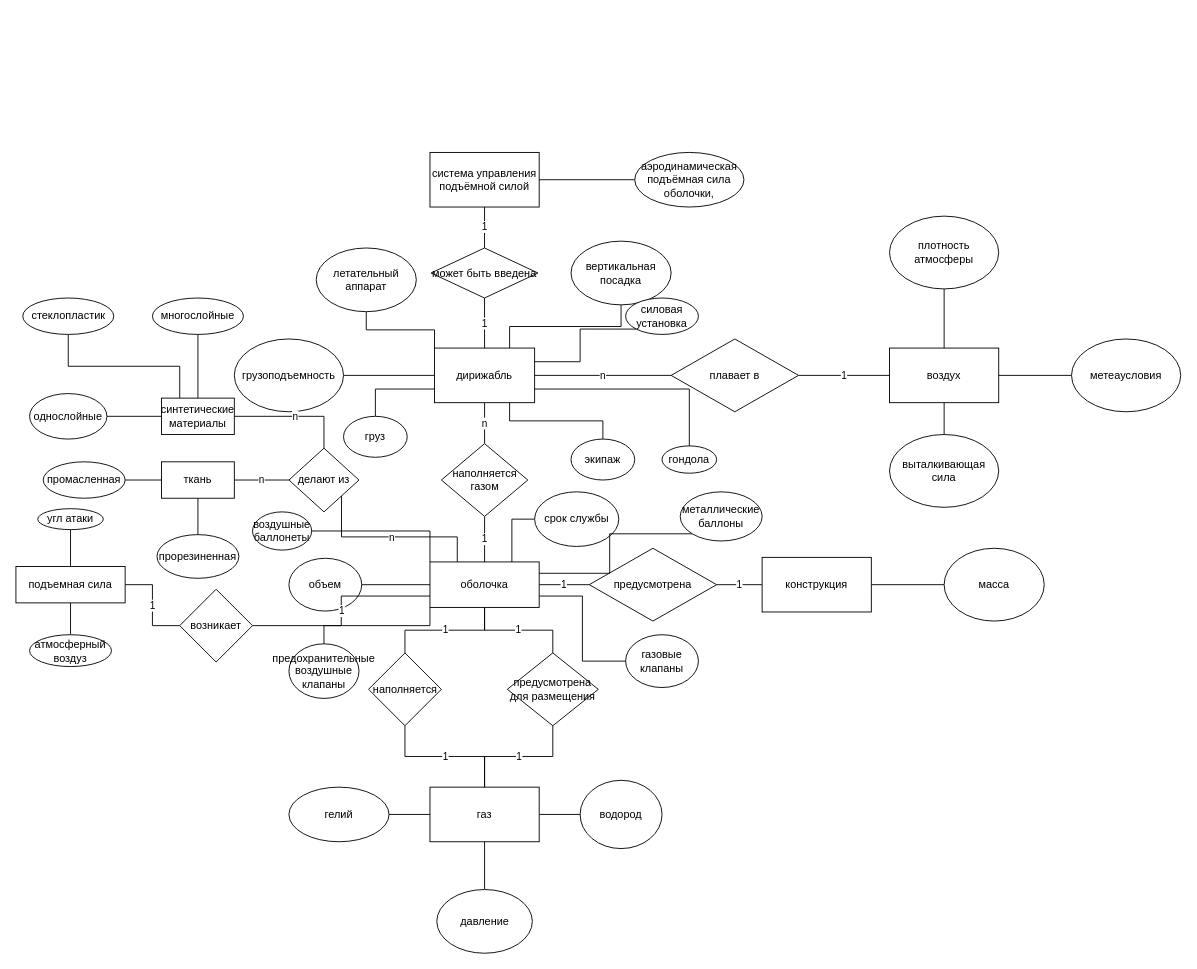
Before: Untitled Diagram.drawio in KozlovKA/PPvIS5sem, a draw.io diagram. Source tidied: cells renumbered, new cells numbered last; positions are measured from the earlier drawing's top-left corner, leaving out a move shared by most shapes. Both pictures are drawn from the tidied source at 91%, with x=0, y=0 at pixel (15, 152).
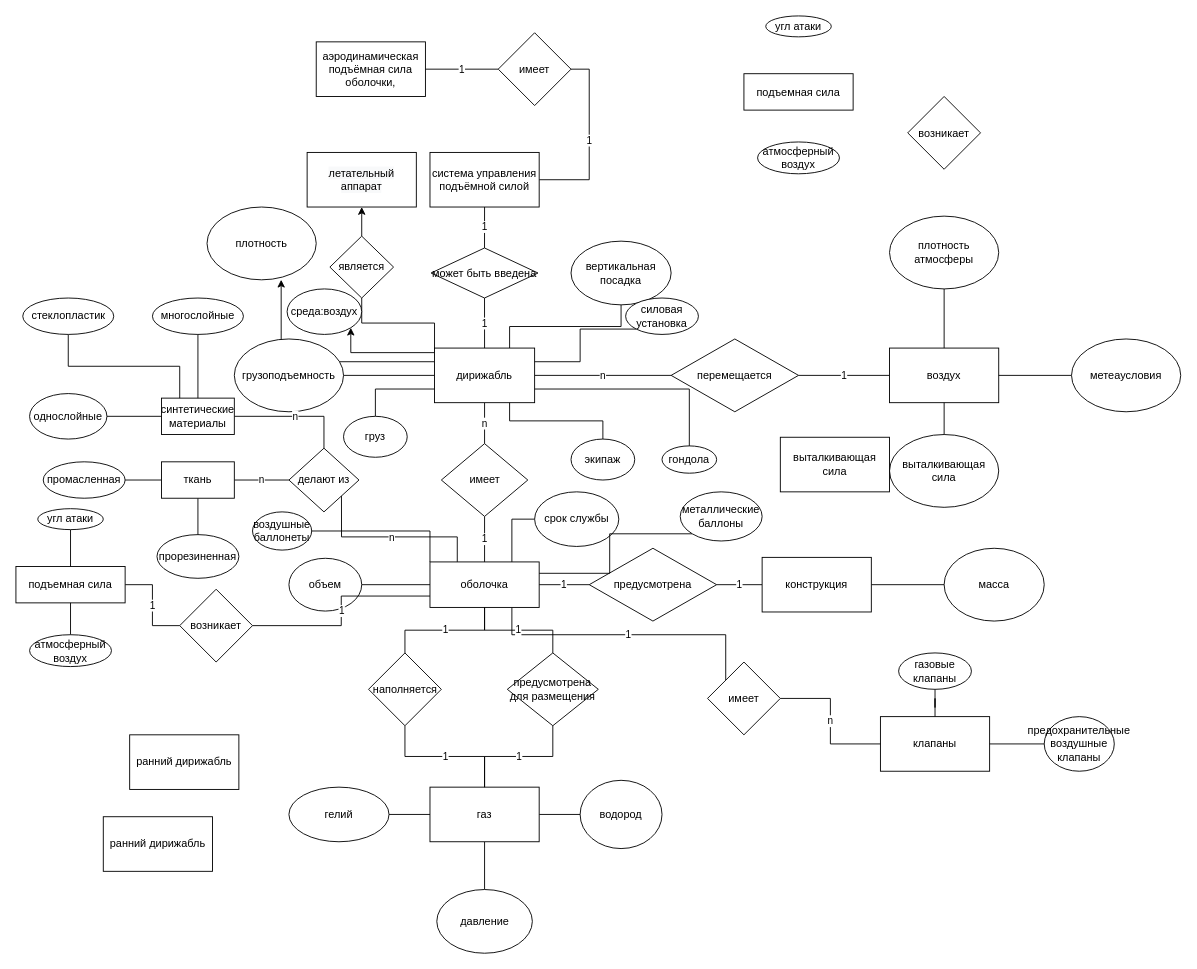
The same page after the edit.

Unchanged cells that the change refers to:
```xml
<mxCell id="9" value="дирижабль" style="rounded=0;whiteSpace=wrap;html=1;" parent="1" vertex="1">
  <mxGeometry x="460" y="215" width="110" height="60" as="geometry" />
</mxCell>
<mxCell id="17" value="оболочка" style="rounded=0;whiteSpace=wrap;html=1;" parent="1" vertex="1">
  <mxGeometry x="455" y="450" width="120" height="50" as="geometry" />
</mxCell>
<mxCell id="61" value="система управления подъёмной силой" style="rounded=0;whiteSpace=wrap;html=1;" parent="1" vertex="1">
  <mxGeometry x="455" width="120" height="60" as="geometry" />
</mxCell>
```

Change to the diagram source:
```diff
@@
-    <mxCell id="3" value="плавает в" style="rhombus;whiteSpace=wrap;html=1;" parent="1" vertex="1">
+    <mxCell id="3" value="перемещается" style="rhombus;whiteSpace=wrap;html=1;" parent="1" vertex="1">
       <mxGeometry x="720" y="205" width="140" height="80" as="geometry" />
     </mxCell>
@@
+    <mxCell id="92" style="edgeStyle=orthogonalEdgeStyle;rounded=0;jettySize=auto;html=1;exitX=0;exitY=0.25;exitDx=0;exitDy=0;entryX=0.679;entryY=0.999;entryDx=0;entryDy=0;entryPerimeter=0;" parent="1" edge="1" source="9" target="96">
+      <mxGeometry relative="1" as="geometry" />
+    </mxCell>
+    <mxCell id="93" style="edgeStyle=orthogonalEdgeStyle;rounded=0;jettySize=auto;html=1;exitX=0;exitY=0;exitDx=0;exitDy=0;entryX=1;entryY=1;entryDx=0;entryDy=0;" parent="1" edge="1" source="9" target="100">
+      <mxGeometry relative="1" as="geometry">
+        <Array as="points">
+          <mxPoint x="460" y="220" />
+          <mxPoint x="368" y="220" />
+        </Array>
+      </mxGeometry>
+    </mxCell>
@@
-    <mxCell id="10" style="edgeStyle=orthogonalEdgeStyle;rounded=0;jettySize=auto;html=1;exitX=0.5;exitY=1;exitDx=0;exitDy=0;entryX=0;entryY=0;entryDx=0;entryDy=0;endArrow=none;endFill=0;" parent="1" edge="1" source="11" target="9">
+    <mxCell id="10" style="edgeStyle=orthogonalEdgeStyle;rounded=0;jettySize=auto;html=1;exitX=0.5;exitY=1;exitDx=0;exitDy=0;entryX=0;entryY=0;entryDx=0;entryDy=0;endArrow=none;endFill=0;" parent="1" edge="1" source="98" target="9">
       <mxGeometry relative="1" as="geometry" />
     </mxCell>
-    <mxCell id="11" value="летательный аппарат" style="ellipse;whiteSpace=wrap;html=1;" parent="1" vertex="1">
-      <mxGeometry x="330" y="105" width="110" height="70" as="geometry" />
-    </mxCell>
@@
-    <mxCell id="15" style="edgeStyle=orthogonalEdgeStyle;rounded=0;jettySize=auto;html=1;exitX=1;exitY=0.75;exitDx=0;exitDy=0;entryX=0;entryY=0.5;entryDx=0;entryDy=0;endArrow=none;endFill=0;" parent="1" edge="1" source="17" target="70">
-      <mxGeometry relative="1" as="geometry" />
-    </mxCell>
-    <mxCell id="16" style="edgeStyle=orthogonalEdgeStyle;rounded=0;jettySize=auto;html=1;exitX=0;exitY=1;exitDx=0;exitDy=0;entryX=0.5;entryY=0;entryDx=0;entryDy=0;endArrow=none;endFill=0;" parent="1" edge="1" source="17" target="71">
-      <mxGeometry relative="1" as="geometry" />
-    </mxCell>
+    <mxCell id="94" value="1" style="edgeStyle=orthogonalEdgeStyle;rounded=0;jettySize=auto;html=1;exitX=0.75;exitY=1;exitDx=0;exitDy=0;entryX=0;entryY=0;entryDx=0;entryDy=0;endArrow=none;endFill=0;" parent="1" edge="1" source="17" target="109">
+      <mxGeometry relative="1" as="geometry" />
+    </mxCell>
@@
-    <mxCell id="19" value="наполняется&lt;br&gt;газом" style="rhombus;whiteSpace=wrap;html=1;" parent="1" vertex="1">
+    <mxCell id="19" value="имеет" style="rhombus;whiteSpace=wrap;html=1;" parent="1" vertex="1">
       <mxGeometry x="467.5" y="320" width="95" height="80" as="geometry" />
     </mxCell>
@@
+    <mxCell id="95" value="1" style="edgeStyle=orthogonalEdgeStyle;rounded=0;jettySize=auto;html=1;exitX=1;exitY=0.5;exitDx=0;exitDy=0;entryX=1;entryY=0.5;entryDx=0;entryDy=0;endArrow=none;endFill=0;" parent="1" edge="1" source="61" target="113">
+      <mxGeometry relative="1" as="geometry" />
+    </mxCell>
@@
-    <mxCell id="67" style="edgeStyle=orthogonalEdgeStyle;rounded=0;jettySize=auto;html=1;exitX=0;exitY=0.5;exitDx=0;exitDy=0;entryX=1;entryY=0.5;entryDx=0;entryDy=0;endArrow=none;endFill=0;" parent="1" edge="1" source="68" target="61">
-      <mxGeometry relative="1" as="geometry" />
-    </mxCell>
-    <mxCell id="68" value="аэродинамическая подъёмная сила оболочки," style="ellipse;whiteSpace=wrap;html=1;" parent="1" vertex="1">
-      <mxGeometry x="680" width="120" height="60" as="geometry" />
-    </mxCell>
@@
-    <mxCell id="70" value="газовые клапаны" style="ellipse;whiteSpace=wrap;html=1;" parent="1" vertex="1">
-      <mxGeometry x="670" y="530" width="80" height="58" as="geometry" />
-    </mxCell>
-    <mxCell id="71" value="предохранительные воздушные клапаны" style="ellipse;whiteSpace=wrap;html=1;" parent="1" vertex="1">
-      <mxGeometry x="300" y="540" width="77" height="60" as="geometry" />
-    </mxCell>
@@
-    <mxCell id="79" value="атмосферный воздуз" style="ellipse;whiteSpace=wrap;html=1;" parent="1" vertex="1">
+    <mxCell id="79" value="атмосферный воздух" style="ellipse;whiteSpace=wrap;html=1;" parent="1" vertex="1">
       <mxGeometry x="15" y="530" width="90" height="35" as="geometry" />
     </mxCell>
@@
+    <mxCell id="96" value="плотность" style="ellipse;whiteSpace=wrap;html=1;" parent="1" vertex="1">
+      <mxGeometry x="210" y="60" width="120" height="80" as="geometry" />
+    </mxCell>
+    <mxCell id="11" value="&lt;span style=&quot;color: rgb(0, 0, 0); font-family: helvetica; font-size: 12px; font-style: normal; font-weight: 400; letter-spacing: normal; text-align: center; text-indent: 0px; text-transform: none; word-spacing: 0px; background-color: rgb(248, 249, 250); display: inline; float: none;&quot;&gt;летательный аппарат&lt;/span&gt;" style="rounded=0;whiteSpace=wrap;html=1;" parent="1" vertex="1">
+      <mxGeometry x="320" width="120" height="60" as="geometry" />
+    </mxCell>
+    <mxCell id="97" style="edgeStyle=orthogonalEdgeStyle;rounded=0;jettySize=auto;html=1;exitX=0.5;exitY=0;exitDx=0;exitDy=0;entryX=0.5;entryY=1;entryDx=0;entryDy=0;" parent="1" edge="1" source="98" target="11">
+      <mxGeometry relative="1" as="geometry" />
+    </mxCell>
+    <mxCell id="98" value="является" style="rhombus;whiteSpace=wrap;html=1;" parent="1" vertex="1">
+      <mxGeometry x="345" y="92" width="70" height="68" as="geometry" />
+    </mxCell>
+    <mxCell id="99" value="выталкивающая сила" style="rounded=0;whiteSpace=wrap;html=1;" parent="1" vertex="1">
+      <mxGeometry x="840" y="313" width="120" height="60" as="geometry" />
+    </mxCell>
+    <mxCell id="100" value="среда:воздух" style="ellipse;whiteSpace=wrap;html=1;" parent="1" vertex="1">
+      <mxGeometry x="298" y="150" width="82" height="50" as="geometry" />
+    </mxCell>
+    <mxCell id="101" value="ранний дирижабль" style="rounded=0;whiteSpace=wrap;html=1;" parent="1" vertex="1">
+      <mxGeometry x="96" y="730" width="120" height="60" as="geometry" />
+    </mxCell>
+    <mxCell id="102" value="ранний дирижабль" style="rounded=0;whiteSpace=wrap;html=1;" parent="1" vertex="1">
+      <mxGeometry x="125" y="640" width="120" height="60" as="geometry" />
+    </mxCell>
+    <mxCell id="103" value="подъемная сила" style="rounded=0;whiteSpace=wrap;html=1;" parent="1" vertex="1">
+      <mxGeometry x="800" y="-86.5" width="120" height="40" as="geometry" />
+    </mxCell>
+    <mxCell id="104" value="возникает" style="rhombus;whiteSpace=wrap;html=1;" parent="1" vertex="1">
+      <mxGeometry x="980" y="-61.5" width="80" height="80" as="geometry" />
+    </mxCell>
+    <mxCell id="105" value="угл атаки" style="ellipse;whiteSpace=wrap;html=1;" parent="1" vertex="1">
+      <mxGeometry x="824" y="-150" width="72" height="23" as="geometry" />
+    </mxCell>
+    <mxCell id="106" value="атмосферный воздух" style="ellipse;whiteSpace=wrap;html=1;" parent="1" vertex="1">
+      <mxGeometry x="815" y="-11.5" width="90" height="35" as="geometry" />
+    </mxCell>
+    <mxCell id="68" value="&lt;span&gt;аэродинамическая подъёмная сила оболочки,&lt;/span&gt;" style="rounded=0;whiteSpace=wrap;html=1;" parent="1" vertex="1">
+      <mxGeometry x="330" y="-121.5" width="120" height="60" as="geometry" />
+    </mxCell>
+    <mxCell id="107" value="клапаны" style="rounded=0;whiteSpace=wrap;html=1;" parent="1" vertex="1">
+      <mxGeometry x="950" y="620" width="120" height="60" as="geometry" />
+    </mxCell>
+    <mxCell id="108" value="n" style="edgeStyle=orthogonalEdgeStyle;rounded=0;jettySize=auto;html=1;exitX=1;exitY=0.5;exitDx=0;exitDy=0;endArrow=none;endFill=0;" parent="1" edge="1" source="109" target="107">
+      <mxGeometry relative="1" as="geometry" />
+    </mxCell>
+    <mxCell id="109" value="имеет" style="rhombus;whiteSpace=wrap;html=1;" parent="1" vertex="1">
+      <mxGeometry x="760" y="560" width="80" height="80" as="geometry" />
+    </mxCell>
+    <mxCell id="110" style="edgeStyle=orthogonalEdgeStyle;rounded=0;jettySize=auto;html=1;exitX=0.5;exitY=1;exitDx=0;exitDy=0;endArrow=none;endFill=0;" parent="1" edge="1" source="70" target="107">
+      <mxGeometry relative="1" as="geometry" />
+    </mxCell>
+    <mxCell id="70" value="газовые клапаны" style="ellipse;whiteSpace=wrap;html=1;" parent="1" vertex="1">
+      <mxGeometry x="970" y="550" width="80" height="40" as="geometry" />
+    </mxCell>
+    <mxCell id="111" style="edgeStyle=orthogonalEdgeStyle;rounded=0;jettySize=auto;html=1;exitX=0;exitY=0.5;exitDx=0;exitDy=0;endArrow=none;endFill=0;" parent="1" edge="1" source="71" target="107">
+      <mxGeometry relative="1" as="geometry" />
+    </mxCell>
+    <mxCell id="71" value="предохранительные воздушные клапаны" style="ellipse;whiteSpace=wrap;html=1;" parent="1" vertex="1">
+      <mxGeometry x="1130" y="620" width="77" height="60" as="geometry" />
+    </mxCell>
+    <mxCell id="112" value="1" style="edgeStyle=orthogonalEdgeStyle;rounded=0;jettySize=auto;html=1;exitX=0;exitY=0.5;exitDx=0;exitDy=0;endArrow=none;endFill=0;" parent="1" edge="1" source="113" target="68">
+      <mxGeometry relative="1" as="geometry" />
+    </mxCell>
+    <mxCell id="113" value="имеет" style="rhombus;whiteSpace=wrap;html=1;" parent="1" vertex="1">
+      <mxGeometry x="530" y="-131.5" width="80" height="80" as="geometry" />
+    </mxCell>
```
